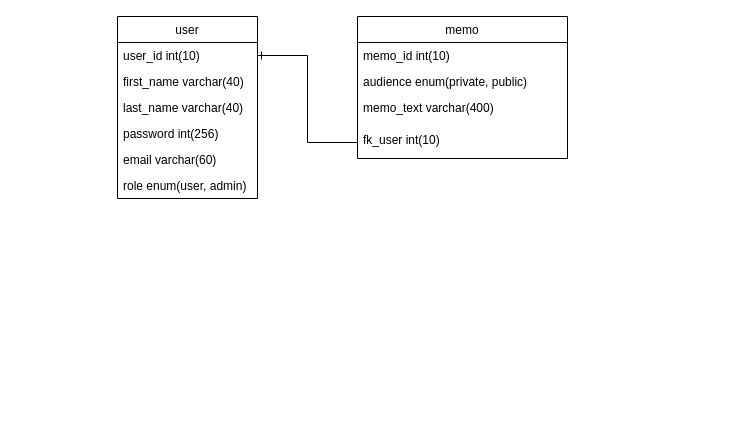
Valorsi/Memorize keeps this draw.io diagram as database/db_schema/memorizeSQLSchemaXML.drawio. Above is the earlier version. Source tidied: cells renumbered, new cells numbered last; positions are measured from the earlier drawing's top-left corner, leaving out a move shared by most shapes. Both pictures are drawn from the tidied source at 100%, with x=0, y=0 at pixel (117, 16).
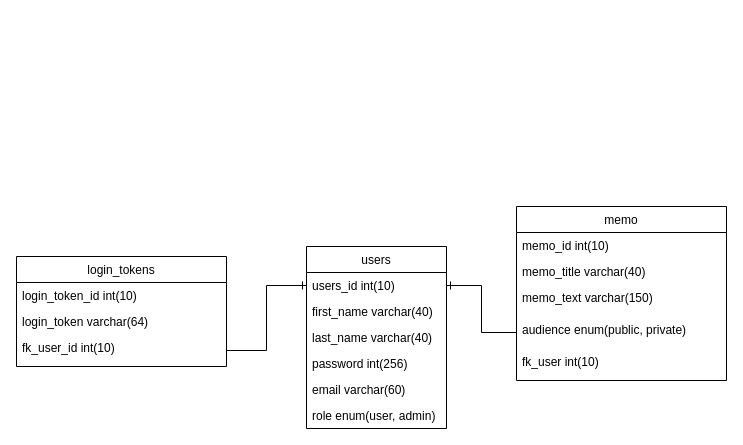
Above is the later version.

Diff of the diagram source:
```diff
@@
-    <mxCell id="2" value="user" style="swimlane;fontStyle=0;horizontal=1;startSize=26;fillColor=none;" parent="1" vertex="1">
-      <mxGeometry width="140" height="182" as="geometry" />
+    <mxCell id="2" value="users" style="swimlane;fontStyle=0;horizontal=1;startSize=26;fillColor=none;" parent="1" vertex="1">
+      <mxGeometry x="189" y="230" width="140" height="182" as="geometry" />
     </mxCell>
-    <mxCell id="3" value="user_id int(10)" style="text;strokeColor=none;fillColor=none;align=left;verticalAlign=top;spacingLeft=4;spacingRight=4;overflow=hidden;points=[[0,0.5],[1,0.5]];portConstraint=eastwest;" parent="2" vertex="1">
+    <mxCell id="3" value="users_id int(10)" style="text;strokeColor=none;fillColor=none;align=left;verticalAlign=top;spacingLeft=4;spacingRight=4;overflow=hidden;points=[[0,0.5],[1,0.5]];portConstraint=eastwest;" parent="2" vertex="1">
       <mxGeometry y="26" width="140" height="26" as="geometry" />
     </mxCell>
@@
     <mxCell id="9" value="memo" style="swimlane;fontStyle=0;horizontal=1;startSize=26;fillColor=none;" parent="1" vertex="1">
-      <mxGeometry x="240" width="210" height="142" as="geometry" />
+      <mxGeometry x="399" y="190" width="210" height="174" as="geometry" />
     </mxCell>
@@
-    <mxCell id="11" value="audience enum(private, public)" style="text;strokeColor=none;fillColor=none;align=left;verticalAlign=top;spacingLeft=4;spacingRight=4;overflow=hidden;" parent="9" vertex="1">
+    <mxCell id="11" value="memo_title varchar(40)" style="text;strokeColor=none;fillColor=none;align=left;verticalAlign=top;spacingLeft=4;spacingRight=4;overflow=hidden;" parent="9" vertex="1">
       <mxGeometry y="52" width="210" height="26" as="geometry" />
     </mxCell>
-    <mxCell id="12" value="memo_text varchar(400)" style="text;strokeColor=none;fillColor=none;align=left;verticalAlign=top;spacingLeft=4;spacingRight=4;overflow=hidden;" parent="9" vertex="1">
+    <mxCell id="12" value="memo_text varchar(150)" style="text;strokeColor=none;fillColor=none;align=left;verticalAlign=top;spacingLeft=4;spacingRight=4;overflow=hidden;" parent="9" vertex="1">
       <mxGeometry y="78" width="210" height="32" as="geometry" />
     </mxCell>
-    <mxCell id="13" value="fk_user int(10)" style="text;strokeColor=none;fillColor=none;align=left;verticalAlign=top;spacingLeft=4;spacingRight=4;overflow=hidden;points=[[0,0.5],[1,0.5]];portConstraint=eastwest;" parent="9" vertex="1">
+    <mxCell id="13" value="audience enum(public, private)" style="text;strokeColor=none;fillColor=none;align=left;verticalAlign=top;spacingLeft=4;spacingRight=4;overflow=hidden;points=[[0,0.5],[1,0.5]];portConstraint=eastwest;" parent="9" vertex="1">
       <mxGeometry y="110" width="210" height="32" as="geometry" />
     </mxCell>
+    <mxCell id="15" value="fk_user int(10)" style="text;strokeColor=none;fillColor=none;align=left;verticalAlign=top;spacingLeft=4;spacingRight=4;overflow=hidden;" parent="9" vertex="1">
+      <mxGeometry y="142" width="210" height="32" as="geometry" />
+    </mxCell>
@@
+    <mxCell id="16" value="login_tokens" style="swimlane;fontStyle=0;horizontal=1;startSize=26;fillColor=none;" parent="1" vertex="1">
+      <mxGeometry x="-101" y="240" width="210" height="110" as="geometry" />
+    </mxCell>
+    <mxCell id="17" value="login_token_id int(10)" style="text;strokeColor=none;fillColor=none;align=left;verticalAlign=top;spacingLeft=4;spacingRight=4;overflow=hidden;" parent="16" vertex="1">
+      <mxGeometry y="26" width="210" height="26" as="geometry" />
+    </mxCell>
+    <mxCell id="18" value="login_token varchar(64)" style="text;strokeColor=none;fillColor=none;align=left;verticalAlign=top;spacingLeft=4;spacingRight=4;overflow=hidden;" parent="16" vertex="1">
+      <mxGeometry y="52" width="210" height="26" as="geometry" />
+    </mxCell>
+    <mxCell id="19" value="fk_user_id int(10)" style="text;strokeColor=none;fillColor=none;align=left;verticalAlign=top;spacingLeft=4;spacingRight=4;overflow=hidden;points=[[0,0.5],[1,0.5]];portConstraint=eastwest;" parent="16" vertex="1">
+      <mxGeometry y="78" width="210" height="32" as="geometry" />
+    </mxCell>
+    <mxCell id="20" style="edgeStyle=orthogonalEdgeStyle;rounded=0;jettySize=auto;html=1;entryX=0;entryY=0.5;entryDx=0;entryDy=0;endArrow=ERone;endFill=0;" parent="1" edge="1" source="19" target="3">
+      <mxGeometry relative="1" as="geometry" />
+    </mxCell>
```
